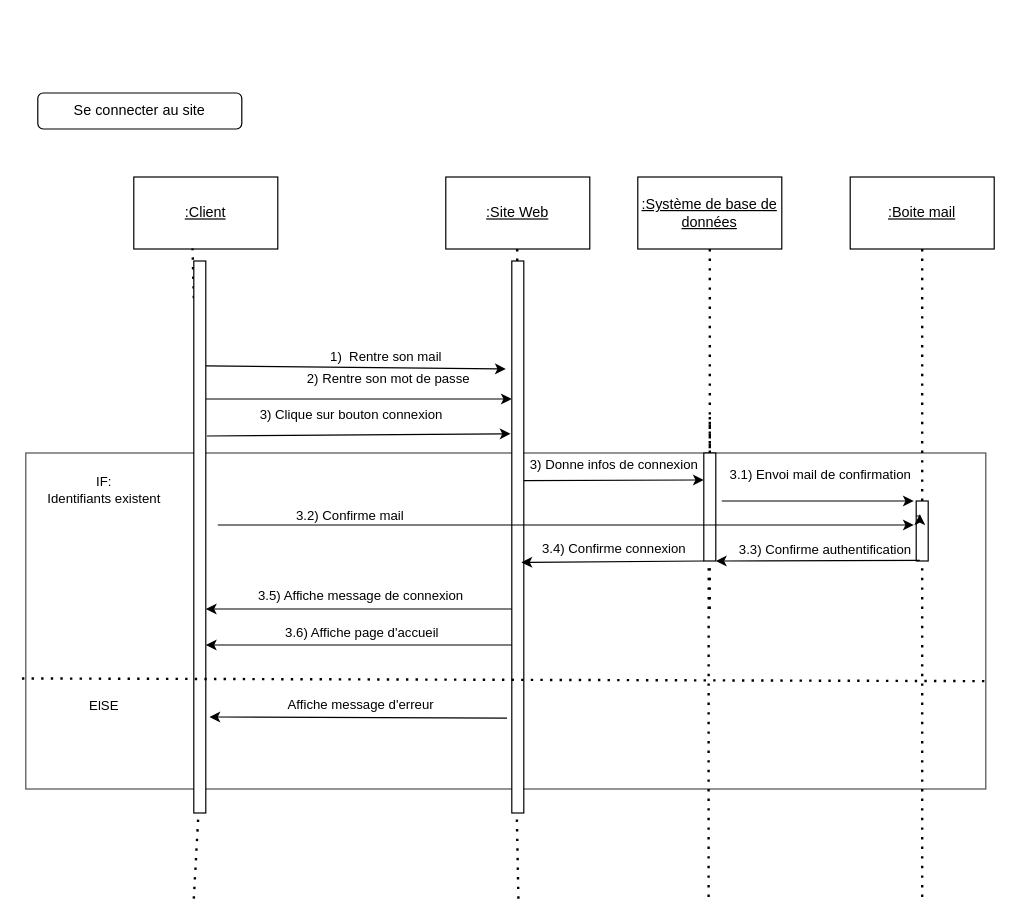
Earlier version of the draw.io diagram Commentaire_SD.drawio (Pi-erren/Canard_Dodu). Source tidied: cells renumbered, new cells numbered last; positions are measured from the earlier drawing's top-left corner, leaving out a move shared by most shapes. Both pictures are drawn from the tidied source at 120%, with x=0, y=0 at pixel (25, 20).
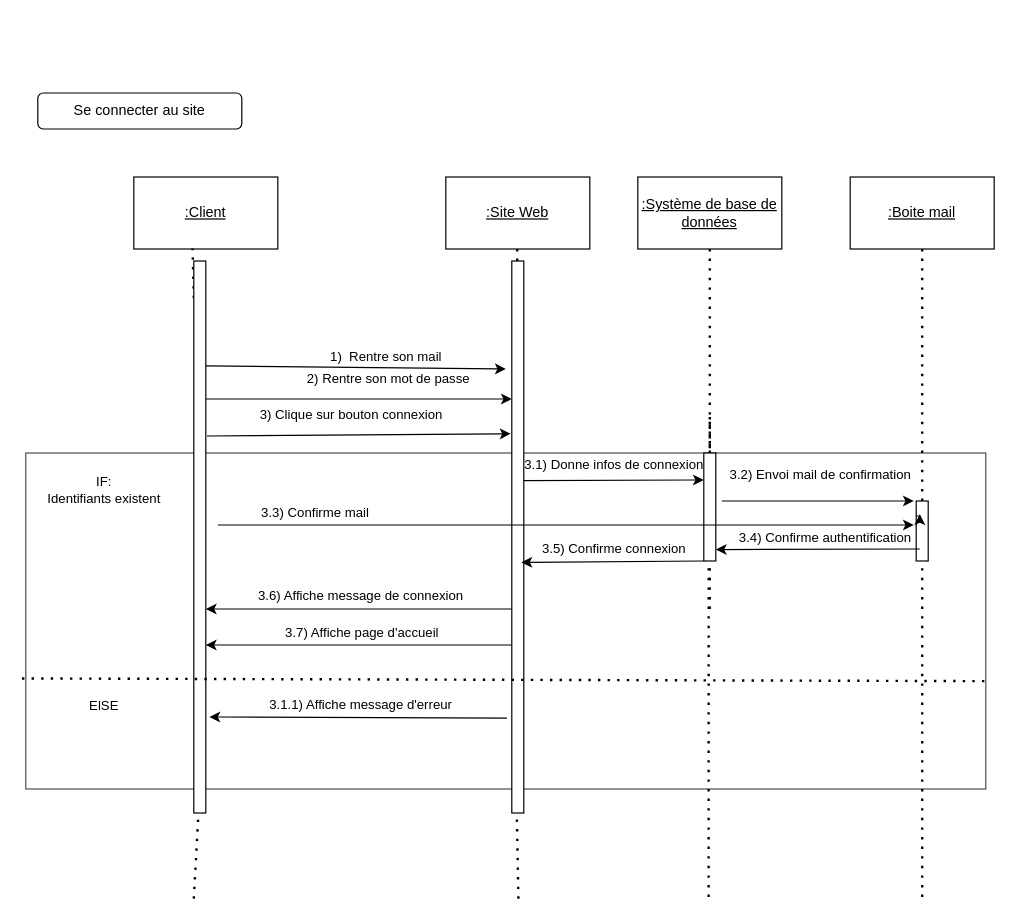
The same page after the edit.

Commit message:
Mettre à jour Commentaire_SD.drawio

The change refers to these unchanged cells:
```xml
<mxCell id="19" style="rounded=0;whiteSpace=wrap;html=1;" parent="1" vertex="1">
  <mxGeometry x="565" y="360" width="10" height="90" as="geometry" />
</mxCell>
<mxCell id="20" style="rounded=0;whiteSpace=wrap;html=1;" parent="1" vertex="1">
  <mxGeometry x="405" y="200" width="10" height="460" as="geometry" />
</mxCell>
<mxCell id="21" style="rounded=0;whiteSpace=wrap;html=1;" parent="1" vertex="1">
  <mxGeometry x="140" y="200" width="10" height="460" as="geometry" />
</mxCell>
```

The edit, as a diff of the source:
```diff
@@
-    <mxCell id="18" value="3) Donne infos de connexion" style="endArrow=classic;html=1;rounded=0;exitX=0.9;exitY=0.398;exitDx=0;exitDy=0;exitPerimeter=0;entryX=0;entryY=0.25;entryDx=0;entryDy=0;" parent="1" edge="1" source="20" target="19">
+    <mxCell id="18" value="3.1) Donne infos de connexion" style="endArrow=classic;html=1;rounded=0;exitX=0.9;exitY=0.398;exitDx=0;exitDy=0;exitPerimeter=0;entryX=0;entryY=0.25;entryDx=0;entryDy=0;" parent="1" edge="1" source="20" target="19">
       <mxGeometry x="0.01" y="13" relative="1" as="geometry" />
     </mxCell>
@@
-    <mxCell id="28" value="3.1) Envoi mail de confirmation" style="endArrow=classic;html=1;rounded=0;" parent="1" edge="1">
+    <mxCell id="28" value="3.2) Envoi mail de confirmation" style="endArrow=classic;html=1;rounded=0;" parent="1" edge="1">
       <mxGeometry x="0.02" y="22" relative="1" as="geometry">
         <mxPoint x="580" y="400" as="sourcePoint" />
         <mxPoint x="740" y="400" as="targetPoint" />
       </mxGeometry>
     </mxCell>
-    <mxCell id="29" value="3.2) Confirme mail" style="endArrow=classic;html=1;rounded=0;" parent="1" edge="1">
-      <mxGeometry x="-0.62" y="8" relative="1" as="geometry">
+    <mxCell id="29" value="3.3) Confirme mail" style="endArrow=classic;html=1;rounded=0;" parent="1" edge="1">
+      <mxGeometry x="-0.72" y="10" relative="1" as="geometry">
         <mxPoint x="160" y="420" as="sourcePoint" />
         <mxPoint x="740" y="420" as="targetPoint" />
       </mxGeometry>
     </mxCell>
-    <mxCell id="30" value="3.3) Confirme authentification" style="endArrow=classic;html=1;rounded=0;exitX=0;exitY=0.25;exitDx=0;exitDy=0;entryX=1;entryY=0.5;entryDx=0;entryDy=0;" parent="1" edge="1">
+    <mxCell id="30" value="3.4) Confirme authentification" style="endArrow=classic;html=1;rounded=0;exitX=0;exitY=0.25;exitDx=0;exitDy=0;entryX=1;entryY=0.5;entryDx=0;entryDy=0;" parent="1" edge="1">
       <mxGeometry x="-0.07" y="-9" relative="1" as="geometry">
-        <mxPoint x="745" y="449.5" as="sourcePoint" />
-        <mxPoint x="575" y="450" as="targetPoint" />
+        <mxPoint x="745" y="440" as="sourcePoint" />
+        <mxPoint x="575" y="440.5" as="targetPoint" />
       </mxGeometry>
     </mxCell>
-    <mxCell id="31" value="3.4) Confirme connexion" style="endArrow=classic;html=1;rounded=0;exitX=0;exitY=1;exitDx=0;exitDy=0;entryX=0.8;entryY=0.546;entryDx=0;entryDy=0;entryPerimeter=0;" parent="1" edge="1" source="19" target="20">
+    <mxCell id="31" value="3.5) Confirme connexion" style="endArrow=classic;html=1;rounded=0;exitX=0;exitY=1;exitDx=0;exitDy=0;entryX=0.8;entryY=0.546;entryDx=0;entryDy=0;entryPerimeter=0;" parent="1" edge="1" source="19" target="20">
       <mxGeometry x="-0.01" y="-11" relative="1" as="geometry" />
     </mxCell>
-    <mxCell id="32" value="3.5) Affiche message de connexion" style="endArrow=classic;html=1;rounded=0;exitX=-0.3;exitY=0.617;exitDx=0;exitDy=0;exitPerimeter=0;" parent="1" edge="1">
+    <mxCell id="32" value="3.6) Affiche message de connexion" style="endArrow=classic;html=1;rounded=0;exitX=-0.3;exitY=0.617;exitDx=0;exitDy=0;exitPerimeter=0;" parent="1" edge="1">
       <mxGeometry x="-0.01" y="-11" relative="1" as="geometry">
         <mxPoint x="405" y="490" as="sourcePoint" />
         <mxPoint x="150" y="490" as="targetPoint" />
       </mxGeometry>
     </mxCell>
-    <mxCell id="33" value="3.6) Affiche page d'accueil" style="endArrow=classic;html=1;rounded=0;exitX=-0.3;exitY=0.617;exitDx=0;exitDy=0;exitPerimeter=0;" parent="1" edge="1">
+    <mxCell id="33" value="3.7) Affiche page d'accueil" style="endArrow=classic;html=1;rounded=0;exitX=-0.3;exitY=0.617;exitDx=0;exitDy=0;exitPerimeter=0;" parent="1" edge="1">
       <mxGeometry x="-0.02" y="-10" relative="1" as="geometry">
         <mxPoint x="405" y="520" as="sourcePoint" />
         <mxPoint x="150" y="520" as="targetPoint" />
       </mxGeometry>
     </mxCell>
@@
-    <mxCell id="37" value="Affiche message d'erreur" style="endArrow=classic;html=1;rounded=0;exitX=-0.4;exitY=0.828;exitDx=0;exitDy=0;exitPerimeter=0;entryX=1.3;entryY=0.826;entryDx=0;entryDy=0;entryPerimeter=0;" parent="1" edge="1" source="20" target="21">
+    <mxCell id="37" value="3.1.1) Affiche message d'erreur" style="endArrow=classic;html=1;rounded=0;exitX=-0.4;exitY=0.828;exitDx=0;exitDy=0;exitPerimeter=0;entryX=1.3;entryY=0.826;entryDx=0;entryDy=0;entryPerimeter=0;" parent="1" edge="1" source="20" target="21">
       <mxGeometry x="-0.02" y="-10" relative="1" as="geometry" />
     </mxCell>
```
